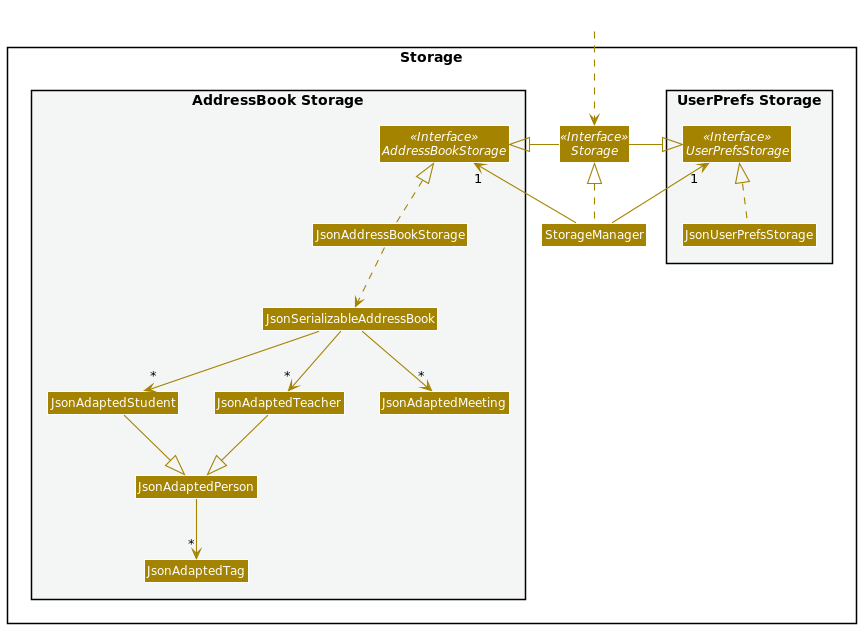
Before: docs/images/StorageClassDiagram.png, a diagram exported from PlantUML (random689/tp).
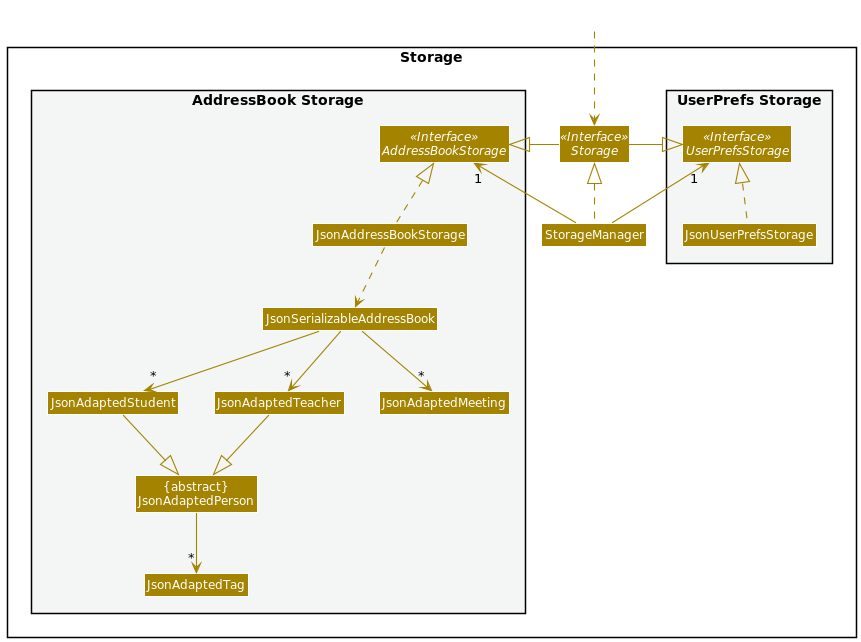
The same diagram one commit later.

Commit message:
Made json adpated person abstract in DG

What changed in the source:
```diff
@@ -18,7 +18,7 @@
 Interface AddressBookStorage <<Interface>>
 Class JsonAddressBookStorage
 Class JsonSerializableAddressBook
-Class JsonAdaptedPerson
+Class "{abstract}\nJsonAdaptedPerson" as JsonAdaptedPerson
 Class JsonAdaptedStudent
 Class JsonAdaptedTeacher
 Class JsonAdaptedMeeting
```
